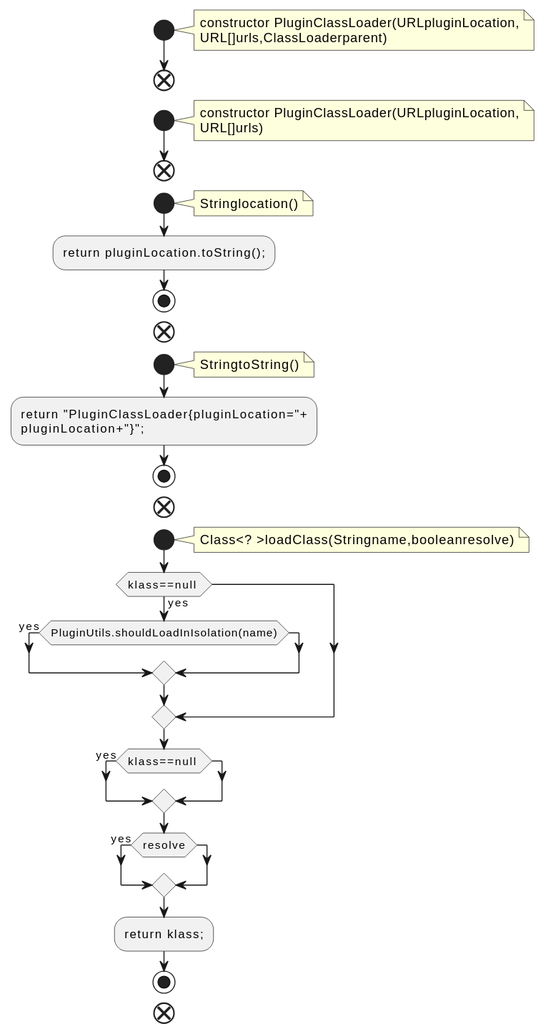
Earlier version of the PlantUML export docs/qc/connect/runtime/src/main/java/org/apache/kafka/connect/runtime/isolation/PluginClassLoader.java.fct.svg (qualitesys/kafka).
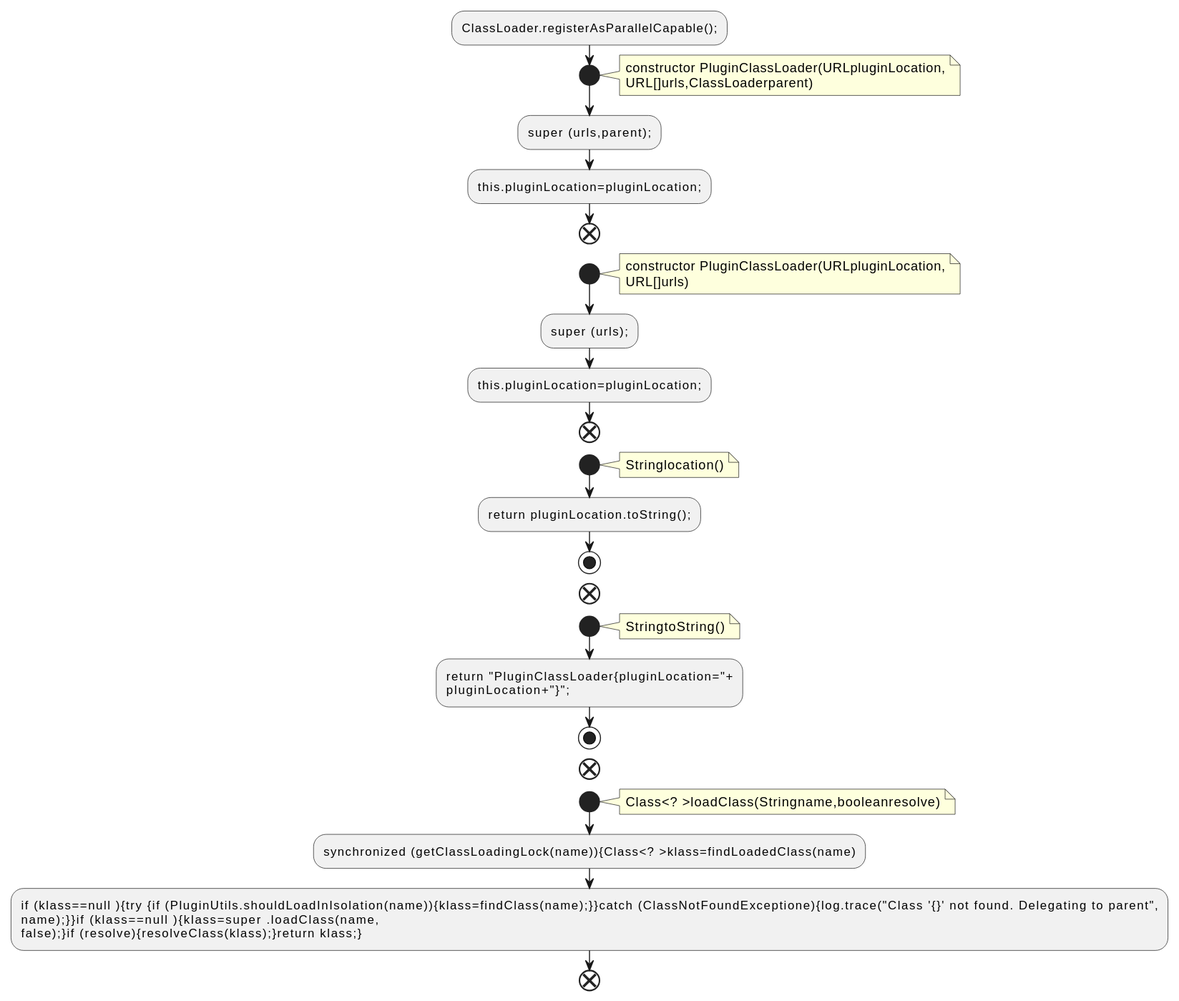
The same diagram one commit later.

What changed in the source:
```diff
@@ -1,16 +1,21 @@
 @startuml
 !pragma layout smetana
+:ClassLoader.registerAsParallelCapable();;
 start
 note right
 constructor PluginClassLoader(URLpluginLocation,
 URL[]urls,ClassLoaderparent)
 end note
+:super (urls,parent);;
+:this.pluginLocation=pluginLocation;;
 end
 start
 note right
 constructor PluginClassLoader(URLpluginLocation,
 URL[]urls)
 end note
+:super (urls);;
+:this.pluginLocation=pluginLocation;;
 end
 start
 note right
@@ -31,15 +36,9 @@
 note right
 Class<? >loadClass(Stringname,booleanresolve)
 end note
-if (klass==null ) then (yes)
-if (PluginUtils.shouldLoadInIsolation(name)) then (yes)
-endif
-endif
-if (klass==null ) then (yes)
-endif
-if (resolve) then (yes)
-endif
-:return klass;;
-stop
+:synchronized (getClassLoadingLock(name)){Class<? >klass=findLoadedClass(name);
+:if (klass==null ){try {if (PluginUtils.shouldLoadInIsolation(name)){klass=findClass(name);}}catch (ClassNotFoundExceptione){log.trace("Class '{}' not found. Delegating to parent",
+name);}}if (klass==null ){klass=super .loadClass(name,
+false);}if (resolve){resolveClass(klass);}return klass;};
 end
 @enduml
```
